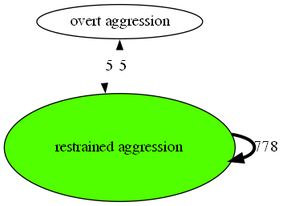
This is images/transitions.gv.png from nicolkraus/AnalyzeBehavior, a Graphviz export, as it was before one commit. Its source is kept beside it as images/transitions.gv.
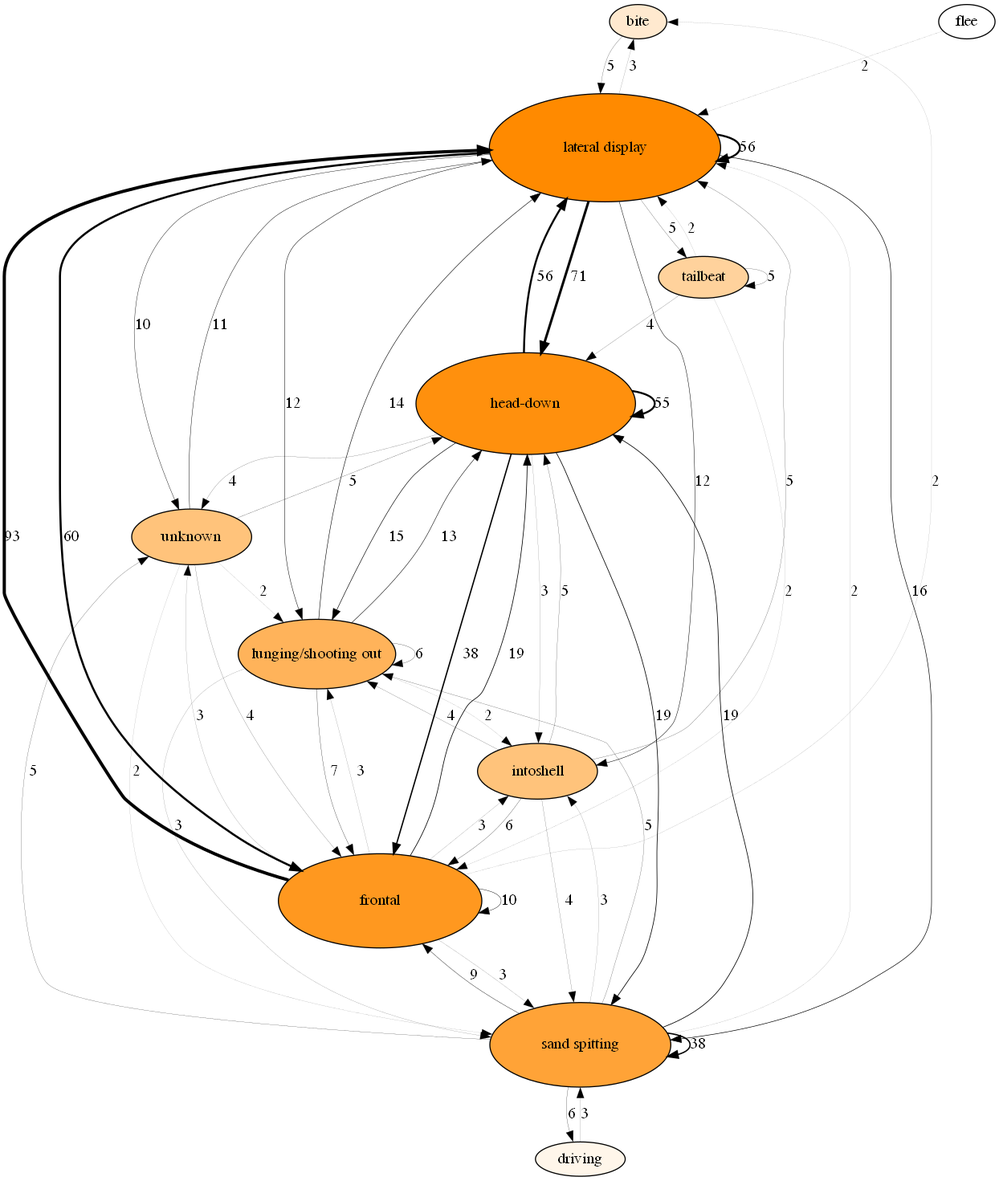
After the change.

What changed in the source:
```diff
@@ -1,7 +1,68 @@
 digraph  {
-"overt aggression" [fillcolor="0.28 0.0 1", height="0.0", style=filled, width="0.0"];
-"restrained aggression" [fillcolor="0.28 1.0 1", height="1.4", style=filled, width="3.0"];
-"overt aggression" -> "restrained aggression"  [label=5, penwidth="0.019280205655526992"];
-"restrained aggression" -> "restrained aggression"  [label=778, penwidth="3.0"];
-"restrained aggression" -> "overt aggression"  [label=5, penwidth="0.019280205655526992"];
+bite [fillcolor="0.09 0.19057187451785096 1", height="0.2668006243249913", style=filled, width="0.5717156235535529"];
+"lateral display" [fillcolor="0.09 1.0 1", height="1.4", style=filled, width="3.0"];
+driving [fillcolor="0.09 0.08432939788194696 1", height="0.11806115703472574", style=filled, width="0.2529881936458409"];
+"sand spitting" [fillcolor="0.09 0.7846659352428846 1", height="1.0985323093400383", style=filled, width="2.353997805728654"];
+flee [fillcolor="0.09 0.0 1", height="0.0", style=filled, width="0.0"];
+frontal [fillcolor="0.09 0.8775811704143326 1", height="1.2286136385800654", style=filled, width="2.6327435112429978"];
+"head-down" [fillcolor="0.09 0.9471239044192692 1", height="1.3259734661869769", style=filled, width="2.8413717132578076"];
+intoshell [fillcolor="0.09 0.5168155714981202 1", height="0.7235418000973682", style=filled, width="1.5504467144943606"];
+"lunging/shooting out" [fillcolor="0.09 0.6475547860258603 1", height="0.9065767004362043", style=filled, width="1.9426643580775806"];
+unknown [fillcolor="0.09 0.5168155714981202 1", height="0.7235418000973682", style=filled, width="1.5504467144943606"];
+tailbeat [fillcolor="0.09 0.3893009469266594 1", height="0.5450213256973231", style=filled, width="1.1679028407799783"];
+bite -> "lateral display"  [label=5, penwidth="0.16129032258064516"];
+"lateral display" -> bite  [label=3, penwidth="0.0967741935483871"];
+"lateral display" -> frontal  [label=60, penwidth="1.935483870967742"];
+"lateral display" -> "head-down"  [label=71, penwidth="2.290322580645161"];
+"lateral display" -> intoshell  [label=12, penwidth="0.3870967741935484"];
+"lateral display" -> "lateral display"  [label=56, penwidth="1.806451612903226"];
+"lateral display" -> "lunging/shooting out"  [label=12, penwidth="0.3870967741935484"];
+"lateral display" -> "sand spitting"  [label=16, penwidth="0.5161290322580645"];
+"lateral display" -> tailbeat  [label=5, penwidth="0.16129032258064516"];
+"lateral display" -> unknown  [label=10, penwidth="0.3225806451612903"];
+driving -> "sand spitting"  [label=3, penwidth="0.0967741935483871"];
+"sand spitting" -> driving  [label=6, penwidth="0.1935483870967742"];
+"sand spitting" -> frontal  [label=9, penwidth="0.29032258064516125"];
+"sand spitting" -> "head-down"  [label=19, penwidth="0.6129032258064516"];
+"sand spitting" -> intoshell  [label=3, penwidth="0.0967741935483871"];
+"sand spitting" -> "lateral display"  [label=2, penwidth="0.06451612903225806"];
+"sand spitting" -> "lunging/shooting out"  [label=5, penwidth="0.16129032258064516"];
+"sand spitting" -> "sand spitting"  [label=38, penwidth="1.2258064516129032"];
+"sand spitting" -> unknown  [label=5, penwidth="0.16129032258064516"];
+flee -> "lateral display"  [label=2, penwidth="0.06451612903225806"];
+frontal -> bite  [label=2, penwidth="0.06451612903225806"];
+frontal -> frontal  [label=10, penwidth="0.3225806451612903"];
+frontal -> "head-down"  [label=19, penwidth="0.6129032258064516"];
+frontal -> intoshell  [label=3, penwidth="0.0967741935483871"];
+frontal -> "lateral display"  [label=93, penwidth="3.0"];
+frontal -> "lunging/shooting out"  [label=3, penwidth="0.0967741935483871"];
+frontal -> "sand spitting"  [label=3, penwidth="0.0967741935483871"];
+frontal -> unknown  [label=3, penwidth="0.0967741935483871"];
+"head-down" -> frontal  [label=38, penwidth="1.2258064516129032"];
+"head-down" -> "head-down"  [label=55, penwidth="1.774193548387097"];
+"head-down" -> intoshell  [label=3, penwidth="0.0967741935483871"];
+"head-down" -> "lateral display"  [label=56, penwidth="1.806451612903226"];
+"head-down" -> "lunging/shooting out"  [label=15, penwidth="0.4838709677419355"];
+"head-down" -> "sand spitting"  [label=19, penwidth="0.6129032258064516"];
+"head-down" -> unknown  [label=4, penwidth="0.12903225806451613"];
+intoshell -> frontal  [label=6, penwidth="0.1935483870967742"];
+intoshell -> "head-down"  [label=5, penwidth="0.16129032258064516"];
+intoshell -> "lateral display"  [label=5, penwidth="0.16129032258064516"];
+intoshell -> "lunging/shooting out"  [label=4, penwidth="0.12903225806451613"];
+intoshell -> "sand spitting"  [label=4, penwidth="0.12903225806451613"];
+"lunging/shooting out" -> frontal  [label=7, penwidth="0.22580645161290325"];
+"lunging/shooting out" -> "head-down"  [label=13, penwidth="0.4193548387096774"];
+"lunging/shooting out" -> intoshell  [label=2, penwidth="0.06451612903225806"];
+"lunging/shooting out" -> "lateral display"  [label=14, penwidth="0.4516129032258065"];
+"lunging/shooting out" -> "lunging/shooting out"  [label=6, penwidth="0.1935483870967742"];
+"lunging/shooting out" -> "sand spitting"  [label=3, penwidth="0.0967741935483871"];
+unknown -> frontal  [label=4, penwidth="0.12903225806451613"];
+unknown -> "head-down"  [label=5, penwidth="0.16129032258064516"];
+unknown -> "lateral display"  [label=11, penwidth="0.3548387096774194"];
+unknown -> "lunging/shooting out"  [label=2, penwidth="0.06451612903225806"];
+unknown -> "sand spitting"  [label=2, penwidth="0.06451612903225806"];
+tailbeat -> frontal  [label=2, penwidth="0.06451612903225806"];
+tailbeat -> "head-down"  [label=4, penwidth="0.12903225806451613"];
+tailbeat -> "lateral display"  [label=2, penwidth="0.06451612903225806"];
+tailbeat -> tailbeat  [label=5, penwidth="0.16129032258064516"];
 }
```
